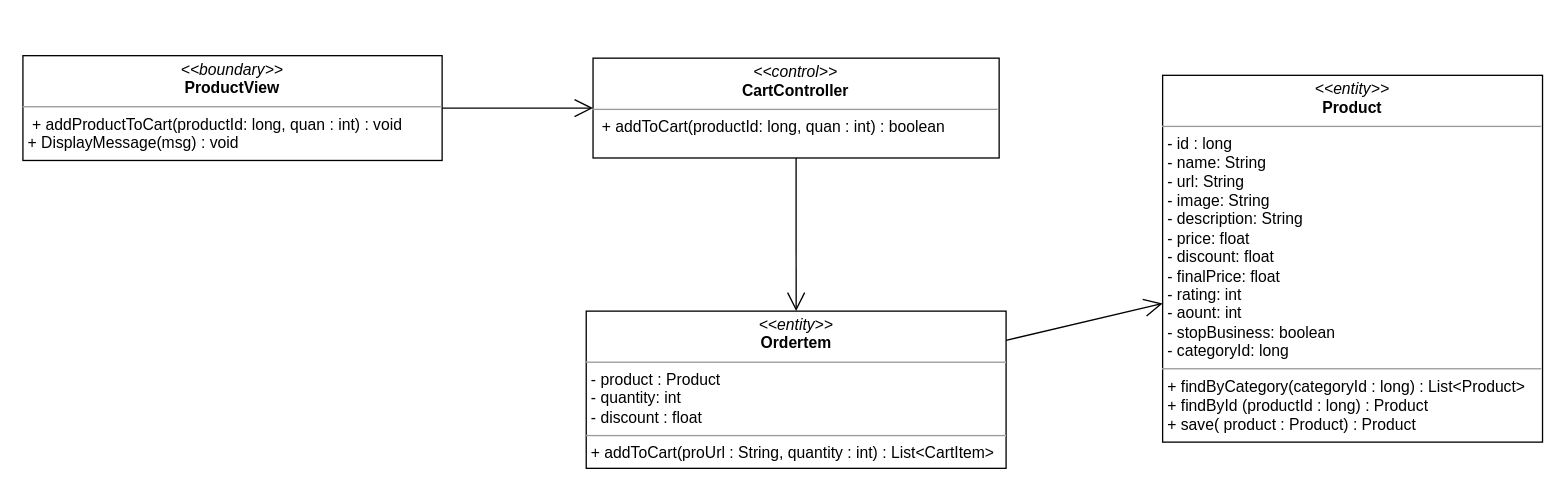
Earlier version of the draw.io diagram class diagram/add-product-to-cart-class-diagram.drawio (nguyenphamvan/datn_20202). Source tidied: cells renumbered, new cells numbered last; positions are measured from the earlier drawing's top-left corner, leaving out a move shared by most shapes. Both pictures are drawn from the tidied source at 131%, with x=0, y=0 at pixel (22, 55).
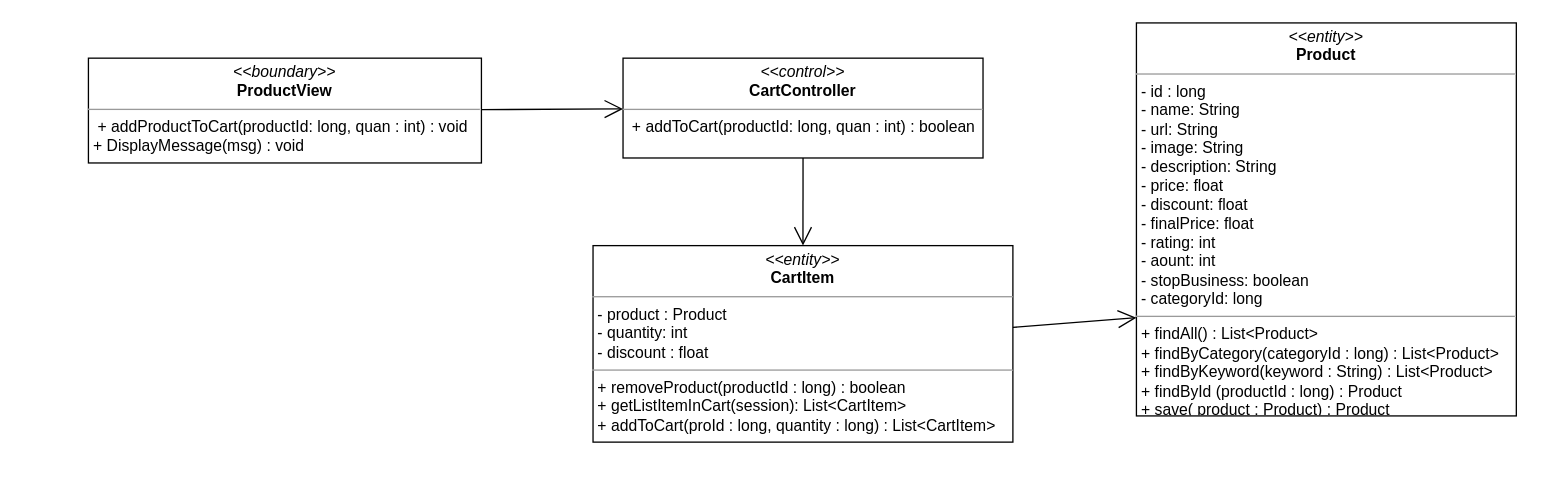
The same diagram, later.

Change to the diagram source:
```diff
@@
 <mxGraphModel>
   <root>
     <mxCell id="0" />
     <mxCell id="1" parent="0" />
     <mxCell id="2" value="&lt;p style=&quot;margin: 0px ; margin-top: 4px ; text-align: center&quot;&gt;&lt;i&gt;&amp;lt;&amp;lt;boundary&amp;gt;&amp;gt;&lt;/i&gt;&lt;br&gt;&lt;b&gt;ProductView&lt;/b&gt;&lt;/p&gt;&lt;hr size=&quot;1&quot;&gt;&lt;p style=&quot;margin: 0px ; margin-left: 4px&quot;&gt;&lt;span&gt;&amp;nbsp;+ addProductToCart(productId: long, quan : int) : void&lt;/span&gt;&lt;/p&gt;&lt;p style=&quot;margin: 0px ; margin-left: 4px&quot;&gt;&lt;span&gt;+ DisplayMessage(msg) : void&lt;/span&gt;&lt;/p&gt;" style="verticalAlign=top;align=left;overflow=fill;fontSize=12;fontFamily=Helvetica;html=1;" parent="1" vertex="1">
-      <mxGeometry width="320" height="80" as="geometry" />
+      <mxGeometry x="50" y="1.9" width="300" height="80" as="geometry" />
     </mxCell>
-    <mxCell id="3" value="&lt;p style=&quot;margin: 0px ; margin-top: 4px ; text-align: center&quot;&gt;&lt;i&gt;&amp;lt;&amp;lt;entity&amp;gt;&amp;gt;&lt;/i&gt;&lt;br&gt;&lt;b&gt;Ordertem&lt;/b&gt;&lt;/p&gt;&lt;hr size=&quot;1&quot;&gt;&lt;p style=&quot;margin: 0px ; margin-left: 4px&quot;&gt;- product : Product&lt;/p&gt;&lt;p style=&quot;margin: 0px ; margin-left: 4px&quot;&gt;- quantity: int&lt;br&gt;- discount : float&lt;/p&gt;&lt;hr size=&quot;1&quot;&gt;&lt;p style=&quot;margin: 0px ; margin-left: 4px&quot;&gt;+ addToCart(proUrl : String, quantity : int) : List&amp;lt;CartItem&amp;gt;&lt;/p&gt;" style="verticalAlign=top;align=left;overflow=fill;fontSize=12;fontFamily=Helvetica;html=1;" parent="1" vertex="1">
-      <mxGeometry x="430" y="195" width="320.5" height="120" as="geometry" />
+    <mxCell id="3" value="&lt;p style=&quot;margin: 0px ; margin-top: 4px ; text-align: center&quot;&gt;&lt;i&gt;&amp;lt;&amp;lt;entity&amp;gt;&amp;gt;&lt;/i&gt;&lt;br&gt;&lt;b&gt;CartItem&lt;/b&gt;&lt;/p&gt;&lt;hr size=&quot;1&quot;&gt;&lt;p style=&quot;margin: 0px ; margin-left: 4px&quot;&gt;- product : Product&lt;/p&gt;&lt;p style=&quot;margin: 0px ; margin-left: 4px&quot;&gt;- quantity: int&lt;br&gt;- discount : float&lt;/p&gt;&lt;hr size=&quot;1&quot;&gt;&lt;p style=&quot;margin: 0px 0px 0px 4px&quot;&gt;+ removeProduct(productId : long) : boolean&lt;/p&gt;&lt;p style=&quot;margin: 0px 0px 0px 4px&quot;&gt;+ getListItemInCart(session): List&amp;lt;CartItem&amp;gt;&lt;/p&gt;&lt;p style=&quot;margin: 0px 0px 0px 4px&quot;&gt;+ addToCart(proId : long, quantity : long) : List&amp;lt;CartItem&amp;gt;&lt;/p&gt;" style="verticalAlign=top;align=left;overflow=fill;fontSize=12;fontFamily=Helvetica;html=1;" parent="1" vertex="1">
+      <mxGeometry x="435.2" y="145" width="320.5" height="150" as="geometry" />
     </mxCell>
-    <mxCell id="4" value="&lt;p style=&quot;margin: 0px ; margin-top: 4px ; text-align: center&quot;&gt;&lt;i&gt;&amp;lt;&amp;lt;entity&amp;gt;&amp;gt;&lt;/i&gt;&lt;br&gt;&lt;b&gt;Product&lt;/b&gt;&lt;/p&gt;&lt;hr size=&quot;1&quot;&gt;&lt;p style=&quot;margin: 0px ; margin-left: 4px&quot;&gt;- id : long&lt;/p&gt;&lt;p style=&quot;margin: 0px ; margin-left: 4px&quot;&gt;- name: String&lt;br&gt;- url: String&lt;/p&gt;&lt;p style=&quot;margin: 0px ; margin-left: 4px&quot;&gt;- image: String&lt;/p&gt;&lt;p style=&quot;margin: 0px ; margin-left: 4px&quot;&gt;- description: String&lt;/p&gt;&lt;p style=&quot;margin: 0px ; margin-left: 4px&quot;&gt;- price: float&lt;/p&gt;&lt;p style=&quot;margin: 0px ; margin-left: 4px&quot;&gt;- discount: float&lt;/p&gt;&lt;p style=&quot;margin: 0px ; margin-left: 4px&quot;&gt;- finalPrice: float&lt;/p&gt;&lt;p style=&quot;margin: 0px ; margin-left: 4px&quot;&gt;- rating: int&lt;/p&gt;&lt;p style=&quot;margin: 0px ; margin-left: 4px&quot;&gt;- aount: int&lt;/p&gt;&lt;p style=&quot;margin: 0px ; margin-left: 4px&quot;&gt;- stopBusiness: boolean&lt;/p&gt;&lt;p style=&quot;margin: 0px ; margin-left: 4px&quot;&gt;- categoryId: long&lt;/p&gt;&lt;hr size=&quot;1&quot;&gt;&lt;p style=&quot;margin: 0px 0px 0px 4px&quot;&gt;+ findByCategory(categoryId : long) : List&amp;lt;Product&amp;gt;&lt;/p&gt;&lt;p style=&quot;margin: 0px 0px 0px 4px&quot;&gt;+ findById (productId : long) : Product&lt;/p&gt;&lt;p style=&quot;margin: 0px 0px 0px 4px&quot;&gt;+ save( product : Product) : Product&lt;/p&gt;" style="verticalAlign=top;align=left;overflow=fill;fontSize=12;fontFamily=Helvetica;html=1;" parent="1" vertex="1">
-      <mxGeometry x="870" y="15" width="290" height="280" as="geometry" />
+    <mxCell id="4" value="&lt;p style=&quot;margin: 0px ; margin-top: 4px ; text-align: center&quot;&gt;&lt;i&gt;&amp;lt;&amp;lt;entity&amp;gt;&amp;gt;&lt;/i&gt;&lt;br&gt;&lt;b&gt;Product&lt;/b&gt;&lt;/p&gt;&lt;hr size=&quot;1&quot;&gt;&lt;p style=&quot;margin: 0px ; margin-left: 4px&quot;&gt;- id : long&lt;/p&gt;&lt;p style=&quot;margin: 0px ; margin-left: 4px&quot;&gt;- name: String&lt;br&gt;- url: String&lt;/p&gt;&lt;p style=&quot;margin: 0px ; margin-left: 4px&quot;&gt;- image: String&lt;/p&gt;&lt;p style=&quot;margin: 0px ; margin-left: 4px&quot;&gt;- description: String&lt;/p&gt;&lt;p style=&quot;margin: 0px ; margin-left: 4px&quot;&gt;- price: float&lt;/p&gt;&lt;p style=&quot;margin: 0px ; margin-left: 4px&quot;&gt;- discount: float&lt;/p&gt;&lt;p style=&quot;margin: 0px ; margin-left: 4px&quot;&gt;- finalPrice: float&lt;/p&gt;&lt;p style=&quot;margin: 0px ; margin-left: 4px&quot;&gt;- rating: int&lt;/p&gt;&lt;p style=&quot;margin: 0px ; margin-left: 4px&quot;&gt;- aount: int&lt;/p&gt;&lt;p style=&quot;margin: 0px ; margin-left: 4px&quot;&gt;- stopBusiness: boolean&lt;/p&gt;&lt;p style=&quot;margin: 0px ; margin-left: 4px&quot;&gt;- categoryId: long&lt;/p&gt;&lt;hr size=&quot;1&quot;&gt;&lt;p style=&quot;margin: 0px 0px 0px 4px&quot;&gt;+ findAll() : List&amp;lt;Product&amp;gt;&lt;/p&gt;&lt;p style=&quot;margin: 0px 0px 0px 4px&quot;&gt;+ findByCategory(categoryId : long) : List&amp;lt;Product&amp;gt;&lt;/p&gt;&lt;p style=&quot;margin: 0px 0px 0px 4px&quot;&gt;+ findByKeyword(keyword : String) : List&amp;lt;Product&amp;gt;&lt;/p&gt;&lt;p style=&quot;margin: 0px 0px 0px 4px&quot;&gt;+ findById (productId : long) : Product&lt;/p&gt;&lt;p style=&quot;margin: 0px 0px 0px 4px&quot;&gt;+ save( product : Product) : Product&lt;/p&gt;" style="verticalAlign=top;align=left;overflow=fill;fontSize=12;fontFamily=Helvetica;html=1;" parent="1" vertex="1">
+      <mxGeometry x="850" y="-25" width="290" height="300" as="geometry" />
     </mxCell>
     <mxCell id="5" value="&lt;p style=&quot;margin: 0px ; margin-top: 4px ; text-align: center&quot;&gt;&lt;i&gt;&amp;lt;&amp;lt;control&amp;gt;&amp;gt;&lt;/i&gt;&lt;br&gt;&lt;b&gt;CartController&lt;/b&gt;&lt;/p&gt;&lt;hr size=&quot;1&quot;&gt;&lt;p style=&quot;margin: 0px ; margin-left: 4px&quot;&gt;&lt;span&gt;&amp;nbsp;+ addToCart(productId: long, quan : int) : boolean&lt;/span&gt;&lt;/p&gt;" style="verticalAlign=top;align=left;overflow=fill;fontSize=12;fontFamily=Helvetica;html=1;" parent="1" vertex="1">
-      <mxGeometry x="435.2" y="1.9" width="310" height="76.2" as="geometry" />
+      <mxGeometry x="458.1" y="1.9" width="274.8" height="76.2" as="geometry" />
     </mxCell>
     <mxCell id="6" style="endArrow=open;endFill=1;endSize=12;html=1;" parent="1" edge="1" source="5" target="3">
       <mxGeometry relative="1" as="geometry" />
     </mxCell>
-    <mxCell id="7" style="endArrow=open;endFill=1;endSize=12;html=1;" parent="1" edge="1" source="3" target="4">
+    <mxCell id="7" style="endArrow=open;endFill=1;endSize=12;html=1;entryX=0;entryY=0.75;entryDx=0;entryDy=0;" parent="1" edge="1" source="3" target="4">
       <mxGeometry relative="1" as="geometry" />
     </mxCell>
     <mxCell id="8" style="endArrow=open;endFill=1;endSize=12;html=1;" parent="1" edge="1" source="2" target="5">
       <mxGeometry relative="1" as="geometry" />
     </mxCell>
   </root>
 </mxGraphModel>
```
